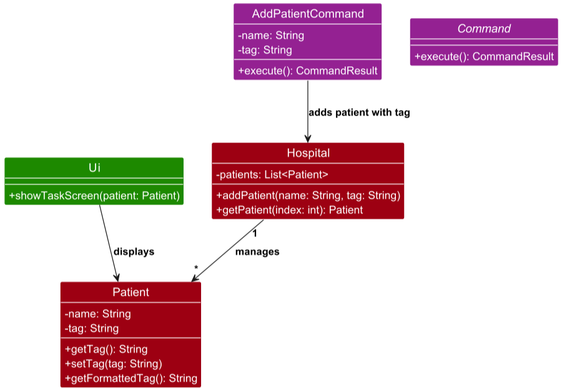
Above: docs/images/TagPatientClassDiagram.png in nus-cs2113-AY2425S1/tp (PlantUML), before the change. Its source is kept beside it as docs/diagrams/TagPatientClassDiagram.puml.
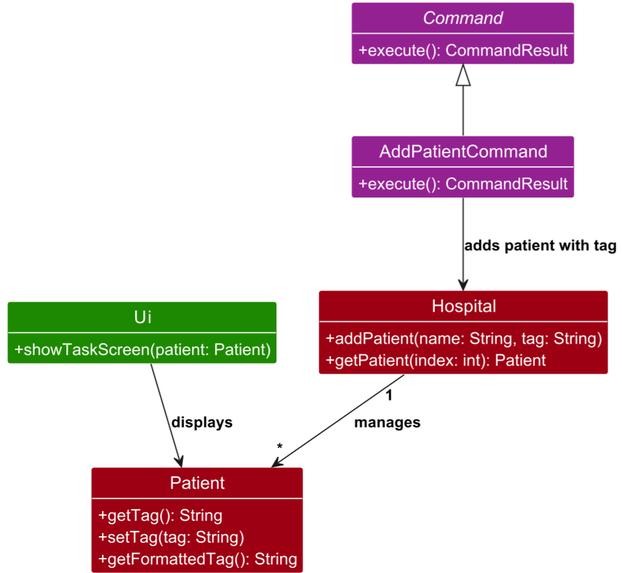
Later version of the same file.

Commit message:
Add arrow to show inheritance in class diagram

The edit, as a diff of the source:
```diff
@@ -3,6 +3,7 @@
 !include style.puml
 
 skinparam classAttributeIconSize 0
+show methods
 
 class Ui UI_COLOR {
     + showTaskScreen(patient: Patient)
@@ -26,7 +27,7 @@
     + execute(): CommandResult
 }
 
-class AddPatientCommand COMMAND_COLOR {
+class AddPatientCommand COMMAND_COLOR extends Command{
     - name: String
     - tag: String
     + execute(): CommandResult
```
